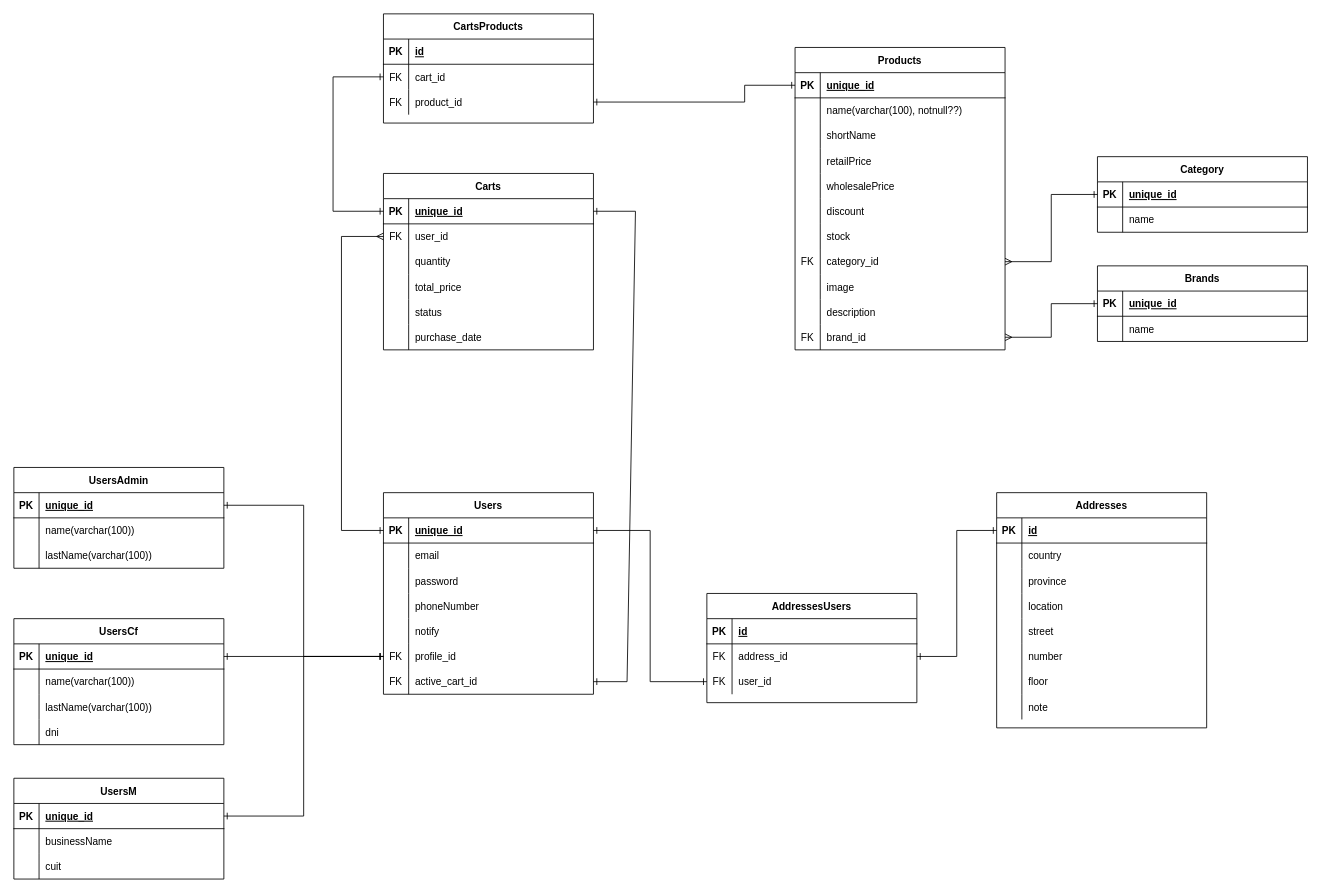
The draw.io diagram src/database/DER.drawio in 0623CIFSNCN05LAED/grupo-14, before the edit. Source tidied: cells renumbered, new cells numbered last; positions are measured from the earlier drawing's top-left corner, leaving out a move shared by most shapes. Both pictures are drawn from the tidied source at 84%, with x=0, y=0 at pixel (13, 13).
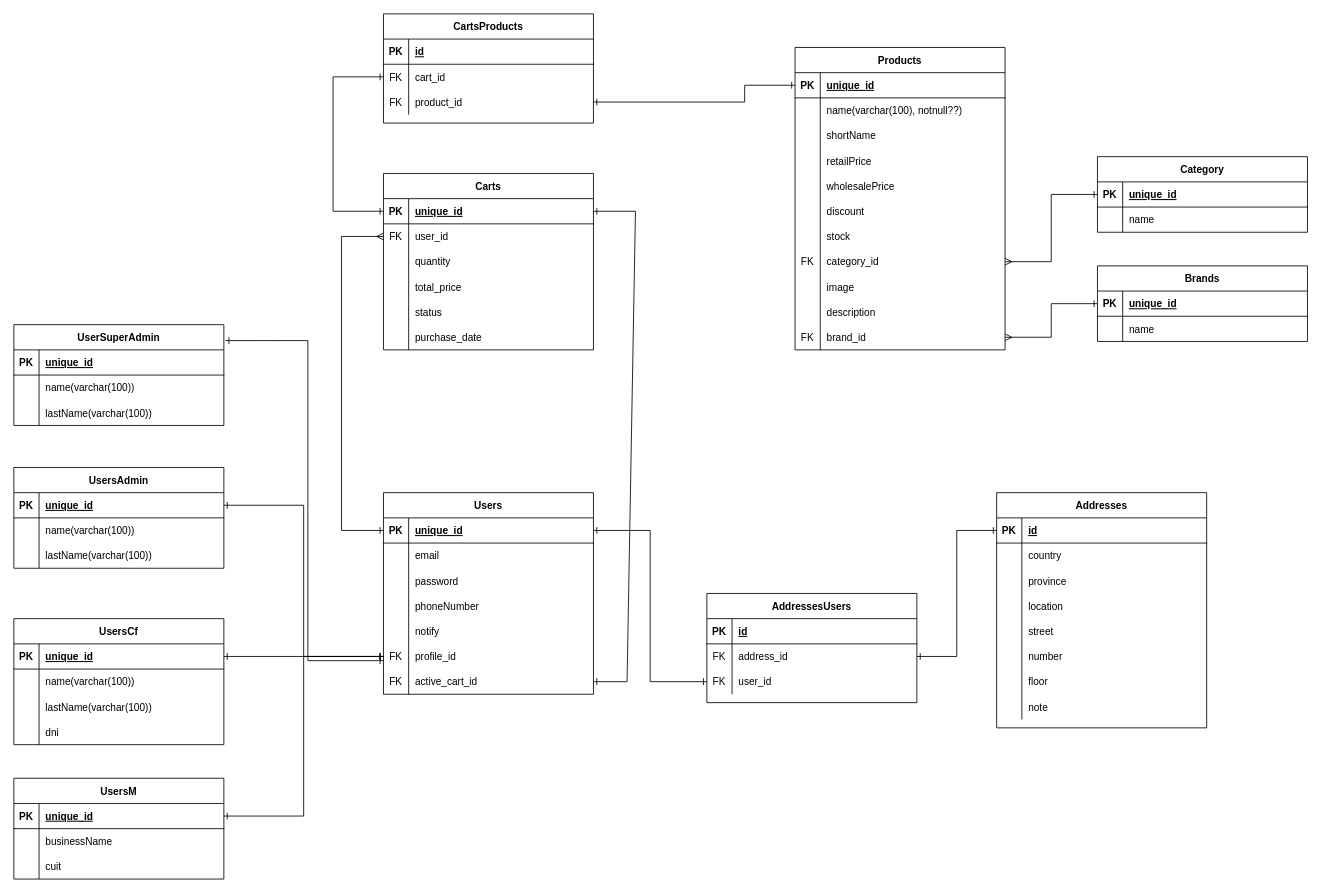
Above is the later version.

Commit message (it also covers changes not shown here):
draw.io y archivo usersuperadmin

What changed in the source:
```diff
@@
+    <mxCell id="180" value="UserSuperAdmin" style="shape=table;startSize=30;childLayout=tableLayout;rowLines=0;fontStyle=1;align=center;" parent="1" vertex="1">
+      <mxGeometry y="370" width="250" height="120" as="geometry" />
+    </mxCell>
+    <mxCell id="181" style="shape=partialRectangle;fillColor=none;top=0;left=0;right=0;bottom=1;" parent="180" vertex="1">
+      <mxGeometry y="30" width="250" height="30" as="geometry" />
+    </mxCell>
+    <mxCell id="182" value="PK" style="shape=partialRectangle;overflow=hidden;fillColor=none;top=0;left=0;bottom=0;right=0;fontStyle=1;" parent="181" vertex="1">
+      <mxGeometry width="30" height="30" as="geometry" />
+    </mxCell>
+    <mxCell id="183" value="unique_id" style="shape=partialRectangle;overflow=hidden;fillColor=none;top=0;left=0;bottom=0;right=0;align=left;spacingLeft=6;fontStyle=5;" parent="181" vertex="1">
+      <mxGeometry x="30" width="220" height="30" as="geometry" />
+    </mxCell>
+    <mxCell id="184" style="shape=partialRectangle;fillColor=none;top=0;left=0;right=0;bottom=0;" parent="180" vertex="1">
+      <mxGeometry y="60" width="250" height="30" as="geometry" />
+    </mxCell>
+    <mxCell id="185" style="shape=partialRectangle;overflow=hidden;fillColor=none;top=0;left=0;bottom=0;right=0;" parent="184" vertex="1">
+      <mxGeometry width="30" height="30" as="geometry" />
+    </mxCell>
+    <mxCell id="186" value="name(varchar(100))" style="shape=partialRectangle;overflow=hidden;fillColor=none;top=0;left=0;bottom=0;right=0;align=left;spacingLeft=6;" parent="184" vertex="1">
+      <mxGeometry x="30" width="220" height="30" as="geometry" />
+    </mxCell>
+    <mxCell id="187" style="shape=partialRectangle;fillColor=none;top=0;left=0;right=0;bottom=0;" parent="180" vertex="1">
+      <mxGeometry y="90" width="250" height="30" as="geometry" />
+    </mxCell>
+    <mxCell id="188" style="shape=partialRectangle;overflow=hidden;fillColor=none;top=0;left=0;bottom=0;right=0;" parent="187" vertex="1">
+      <mxGeometry width="30" height="30" as="geometry" />
+    </mxCell>
+    <mxCell id="189" value="lastName(varchar(100))" style="shape=partialRectangle;overflow=hidden;fillColor=none;top=0;left=0;bottom=0;right=0;align=left;spacingLeft=6;" parent="187" vertex="1">
+      <mxGeometry x="30" width="220" height="30" as="geometry" />
+    </mxCell>
+    <mxCell id="190" style="edgeStyle=orthogonalEdgeStyle;rounded=0;jettySize=auto;html=1;startArrow=ERone;startFill=0;endArrow=ERone;endFill=0;entryX=1.008;entryY=0.158;entryDx=0;entryDy=0;entryPerimeter=0;" parent="1" edge="1" target="180">
+      <mxGeometry relative="1" as="geometry">
+        <mxPoint x="440" y="770" as="sourcePoint" />
+        <Array as="points">
+          <mxPoint x="350" y="770" />
+          <mxPoint x="350" y="389" />
+        </Array>
+      </mxGeometry>
+    </mxCell>
```
